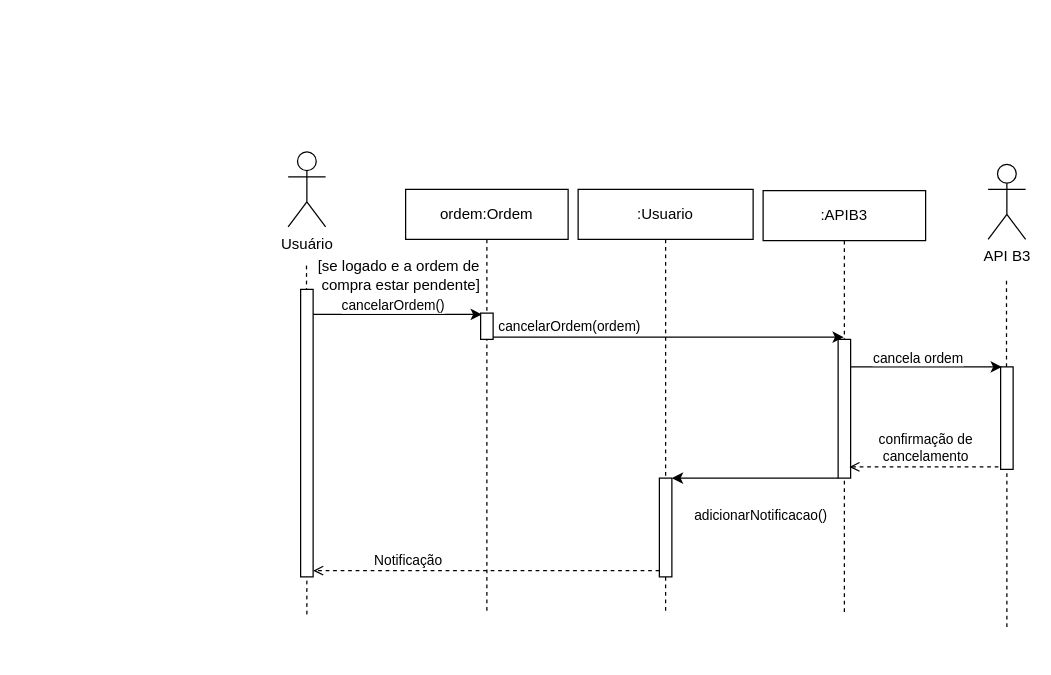
gb-cs-rt/home_broker keeps this draw.io diagram as diagrama_sequencia/Diagrama_Sequencia_UC09.drawio. Above is the earlier version. Source tidied: cells renumbered, new cells numbered last; positions are measured from the earlier drawing's top-left corner, leaving out a move shared by most shapes. Both pictures are drawn from the tidied source at 125%, with x=0, y=0 at pixel (288, 151).
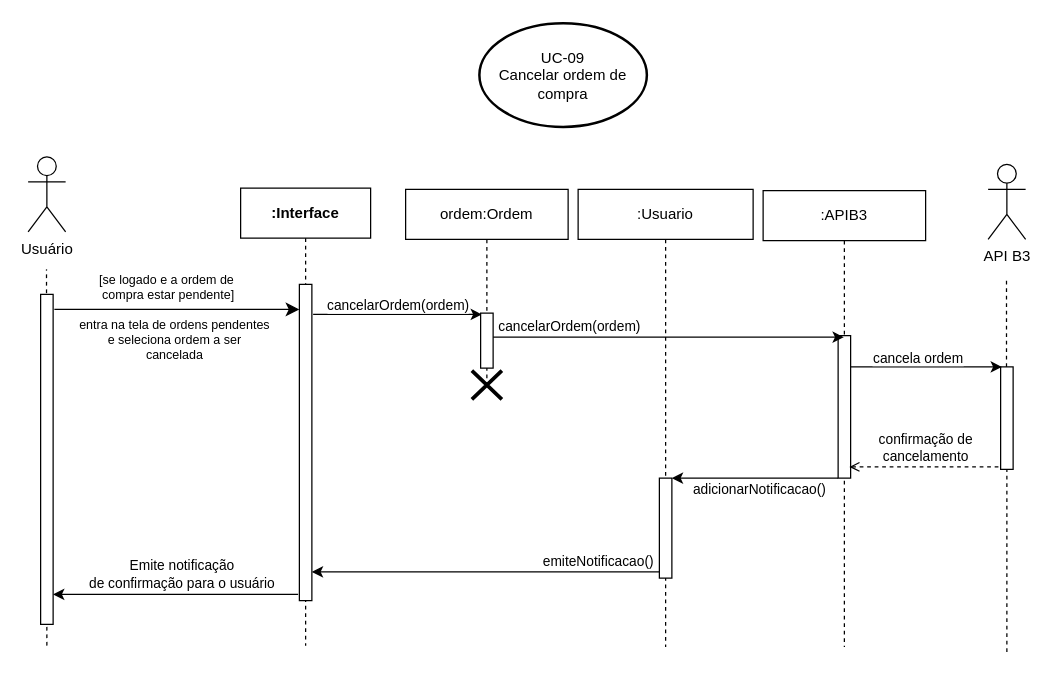
The same diagram, later.

Unchanged cells that the change refers to:
```xml
<mxCell id="4" style="edgeStyle=orthogonalEdgeStyle;rounded=0;orthogonalLoop=1;jettySize=auto;html=1;curved=0;" parent="1" edge="1">
  <mxGeometry relative="1" as="geometry">
    <mxPoint x="20" y="130" as="sourcePoint" />
    <mxPoint x="155" y="130" as="targetPoint" />
  </mxGeometry>
</mxCell>
<mxCell id="15" style="endArrow=classic;html=1;rounded=0;" parent="1" edge="1" source="10" target="8">
  <mxGeometry relative="1" as="geometry" />
</mxCell>
<mxCell id="22" style="html=1;points=[[0,0,0,0,5],[0,1,0,0,-5],[1,0,0,0,5],[1,1,0,0,-5]];perimeter=orthogonalPerimeter;outlineConnect=0;targetShapes=umlLifeline;portConstraint=eastwest;newEdgeStyle={&quot;curved&quot;:0,&quot;rounded&quot;:0};" parent="1" vertex="1">
  <mxGeometry x="570" y="172" width="10" height="82" as="geometry" />
</mxCell>
```

Diff of the diagram source:
```diff
@@
     <mxCell id="2" value="Usuário" style="shape=umlActor;verticalLabelPosition=bottom;verticalAlign=top;html=1;" parent="1" vertex="1">
-      <mxGeometry width="30" height="60" as="geometry" />
+      <mxGeometry x="-208" y="4" width="30" height="60" as="geometry" />
     </mxCell>
     <mxCell id="3" style="endArrow=none;dashed=1;html=1;rounded=0;" parent="1" edge="1">
       <mxGeometry relative="1" as="geometry">
-        <mxPoint x="15" y="370" as="sourcePoint" />
-        <mxPoint x="14.7" y="90" as="targetPoint" />
+        <mxPoint x="-193" y="395" as="sourcePoint" />
+        <mxPoint x="-193.3" y="94" as="targetPoint" />
       </mxGeometry>
     </mxCell>
@@
-    <mxCell id="5" value="cancelarOrdem()" style="edgeLabel;html=1;align=center;verticalAlign=middle;" parent="4" vertex="1">
+    <mxCell id="5" value="cancelarOrdem(ordem)" style="edgeLabel;html=1;align=center;verticalAlign=middle;" parent="4" vertex="1">
       <mxGeometry x="-0.13" y="1" relative="1" as="geometry">
-        <mxPoint x="4" y="-7" as="offset" />
+        <mxPoint x="8" y="-7" as="offset" />
       </mxGeometry>
     </mxCell>
     <mxCell id="6" style="html=1;points=[[0,0,0,0,5],[0,1,0,0,-5],[1,0,0,0,5],[1,1,0,0,-5]];perimeter=orthogonalPerimeter;outlineConnect=0;targetShapes=umlLifeline;portConstraint=eastwest;newEdgeStyle={&quot;curved&quot;:0,&quot;rounded&quot;:0};" parent="1" vertex="1">
-      <mxGeometry x="10" y="110" width="10" height="230" as="geometry" />
+      <mxGeometry x="-198" y="114" width="10" height="264" as="geometry" />
     </mxCell>
     <mxCell id="7" value=":Usuario" style="shape=umlLifeline;perimeter=lifelinePerimeter;whiteSpace=wrap;html=1;newEdgeStyle={&quot;curved&quot;:0,&quot;rounded&quot;:0};" parent="1" vertex="1">
-      <mxGeometry x="232" y="30" width="140" height="340" as="geometry" />
+      <mxGeometry x="232" y="30" width="140" height="366" as="geometry" />
     </mxCell>
     <mxCell id="8" style="html=1;points=[[0,0,0,0,5],[0,1,0,0,-5],[1,0,0,0,5],[1,1,0,0,-5]];perimeter=orthogonalPerimeter;outlineConnect=0;targetShapes=umlLifeline;portConstraint=eastwest;newEdgeStyle={&quot;curved&quot;:0,&quot;rounded&quot;:0};" parent="7" vertex="1">
-      <mxGeometry x="65" y="231" width="10" height="79" as="geometry" />
+      <mxGeometry x="65" y="231" width="10" height="80" as="geometry" />
     </mxCell>
     <mxCell id="9" value=":APIB3" style="shape=umlLifeline;perimeter=lifelinePerimeter;whiteSpace=wrap;html=1;outlineConnect=0;portConstraint=eastwest;newEdgeStyle={&quot;curved&quot;:0,&quot;rounded&quot;:0};" parent="1" vertex="1">
-      <mxGeometry x="380" y="31" width="130" height="339" as="geometry" />
+      <mxGeometry x="380" y="31" width="130" height="365" as="geometry" />
     </mxCell>
     <mxCell id="10" style="html=1;points=[[0,0,0,0,5],[0,1,0,0,-5],[1,0,0,0,5],[1,1,0,0,-5]];perimeter=orthogonalPerimeter;outlineConnect=0;targetShapes=umlLifeline;portConstraint=eastwest;newEdgeStyle={&quot;curved&quot;:0,&quot;rounded&quot;:0};" parent="9" vertex="1">
-      <mxGeometry x="60" y="119" width="10" height="111" as="geometry" />
+      <mxGeometry x="60" y="116" width="10" height="114" as="geometry" />
     </mxCell>
-    <mxCell id="11" style="edgeStyle=none;jettySize=auto;html=1;rounded=0;dashed=1;startArrow=none;startFill=0;endArrow=open;endFill=0;exitX=0;exitY=1;exitDx=0;exitDy=-5;exitPerimeter=0;" parent="1" edge="1" source="8" target="6">
+    <mxCell id="11" style="edgeStyle=none;jettySize=auto;html=1;rounded=0;startArrow=none;startFill=0;endArrow=classic;endFill=1;exitX=0;exitY=1;exitDx=0;exitDy=-5;exitPerimeter=0;" parent="1" edge="1" source="8" target="29">
       <mxGeometry relative="1" as="geometry" />
     </mxCell>
-    <mxCell id="12" value="Notificação" style="edgeLabel;html=1;align=center;verticalAlign=middle;" parent="11" vertex="1">
+    <mxCell id="12" value="emiteNotificacao()" style="edgeLabel;html=1;align=center;verticalAlign=middle;" parent="11" vertex="1">
       <mxGeometry x="-0.16" y="1" relative="1" as="geometry">
-        <mxPoint x="-86" y="-10" as="offset" />
+        <mxPoint x="67" y="-10" as="offset" />
       </mxGeometry>
     </mxCell>
     <mxCell id="13" value="ordem:Ordem" style="shape=umlLifeline;perimeter=lifelinePerimeter;whiteSpace=wrap;html=1;newEdgeStyle={&quot;curved&quot;:0,&quot;rounded&quot;:0};" parent="1" vertex="1">
-      <mxGeometry x="94" y="30" width="130" height="340" as="geometry" />
+      <mxGeometry x="94" y="30" width="130" height="158" as="geometry" />
     </mxCell>
     <mxCell id="14" style="html=1;perimeter=orthogonalPerimeter;targetShapes=umlLifeline;newEdgeStyle={&quot;curved&quot;:0,&quot;rounded&quot;:0};" parent="13" vertex="1">
-      <mxGeometry x="60" y="99" width="10" height="21" as="geometry" />
+      <mxGeometry x="60" y="99" width="10" height="44" as="geometry" />
     </mxCell>
@@
     <mxCell id="16" value="adicionarNotificacao()" style="edgeLabel;html=1;align=center;verticalAlign=middle;" parent="15" vertex="1">
       <mxGeometry x="0.33" y="-2" relative="1" as="geometry">
-        <mxPoint x="25" y="31" as="offset" />
+        <mxPoint x="24" y="10" as="offset" />
       </mxGeometry>
     </mxCell>
@@
     <mxCell id="21" style="endArrow=none;dashed=1;html=1;rounded=0;" parent="1" edge="1" target="22">
       <mxGeometry relative="1" as="geometry">
-        <mxPoint x="575" y="380" as="sourcePoint" />
+        <mxPoint x="575" y="400" as="sourcePoint" />
       </mxGeometry>
     </mxCell>
@@
-    <mxCell id="27" value="[se logado e a ordem de&amp;nbsp;&lt;div&gt;compra estar pendente]&lt;/div&gt;" style="text;html=1;align=center;verticalAlign=middle;strokeColor=none;fillColor=none;" parent="1" vertex="1">
-      <mxGeometry x="14" y="78" width="151" height="41" as="geometry" />
+    <mxCell id="27" value="[se logado e a ordem de&amp;nbsp;&lt;div style=&quot;font-size: 10px;&quot;&gt;compra estar pendente]&lt;/div&gt;" style="text;html=1;align=center;verticalAlign=middle;strokeColor=none;fillColor=none;fontSize=10;" parent="1" vertex="1">
+      <mxGeometry x="-161" y="90" width="129" height="36" as="geometry" />
     </mxCell>
+    <mxCell id="28" value="&lt;b&gt;:Interface&lt;/b&gt;" style="shape=umlLifeline;perimeter=lifelinePerimeter;whiteSpace=wrap;html=1;newEdgeStyle={&quot;edgeStyle&quot;:&quot;elbowEdgeStyle&quot;,&quot;elbow&quot;:&quot;vertical&quot;,&quot;curved&quot;:0,&quot;rounded&quot;:0};" parent="1" vertex="1">
+      <mxGeometry x="-38" y="29" width="104" height="366" as="geometry" />
+    </mxCell>
+    <mxCell id="29" style="html=1;points=[];perimeter=orthogonalPerimeter;outlineConnect=0;targetShapes=umlLifeline;portConstraint=eastwest;newEdgeStyle={&quot;edgeStyle&quot;:&quot;elbowEdgeStyle&quot;,&quot;elbow&quot;:&quot;vertical&quot;,&quot;curved&quot;:0,&quot;rounded&quot;:0};" parent="28" vertex="1">
+      <mxGeometry x="47" y="77" width="10" height="253" as="geometry" />
+    </mxCell>
+    <mxCell id="30" style="endArrow=classic;html=1;rounded=0;fontSize=12;startSize=8;endSize=8;curved=1;" parent="1" edge="1" target="29">
+      <mxGeometry relative="1" as="geometry">
+        <mxPoint x="-187" y="126" as="sourcePoint" />
+      </mxGeometry>
+    </mxCell>
+    <mxCell id="31" value="entra na tela de ordens pendentes&lt;div style=&quot;font-size: 10px;&quot;&gt;e seleciona ordem a ser&lt;/div&gt;&lt;div style=&quot;font-size: 10px;&quot;&gt;cancelada&lt;/div&gt;" style="edgeLabel;html=1;align=center;verticalAlign=middle;fontSize=10;" parent="30" vertex="1">
+      <mxGeometry x="-0.05" y="-2" relative="1" as="geometry">
+        <mxPoint x="2" y="21" as="offset" />
+      </mxGeometry>
+    </mxCell>
+    <mxCell id="32" style="shape=umlDestroy;whiteSpace=wrap;html=1;strokeWidth=3;targetShapes=umlLifeline;" parent="1" vertex="1">
+      <mxGeometry x="147" y="175" width="24" height="23" as="geometry" />
+    </mxCell>
+    <mxCell id="33" style="edgeStyle=none;orthogonalLoop=1;jettySize=auto;html=1;rounded=0;startArrow=none;startFill=0;endArrow=classic;endFill=1;" parent="1" edge="1">
+      <mxGeometry relative="1" as="geometry">
+        <mxPoint x="8" y="354" as="sourcePoint" />
+        <mxPoint x="-188" y="354" as="targetPoint" />
+      </mxGeometry>
+    </mxCell>
+    <mxCell id="34" value="Emite notificação&lt;div&gt;de confirmação para o usuário&lt;/div&gt;" style="edgeLabel;html=1;align=center;verticalAlign=middle;" parent="33" vertex="1">
+      <mxGeometry x="-0.16" y="1" relative="1" as="geometry">
+        <mxPoint x="-12" y="-18" as="offset" />
+      </mxGeometry>
+    </mxCell>
+    <mxCell id="35" value="UC-09&lt;div&gt;Cancelar ordem de&lt;br&gt;compra&lt;/div&gt;" style="strokeWidth=2;html=1;shape=mxgraph.flowchart.start_1;whiteSpace=wrap;" parent="1" vertex="1">
+      <mxGeometry x="153" y="-103" width="134" height="83" as="geometry" />
+    </mxCell>
```
